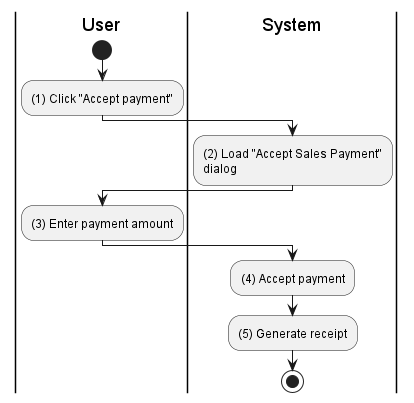
Above: activities/sales-order-accept-payment.png in phihungha/scmss-reqs (PlantUML), before the change.
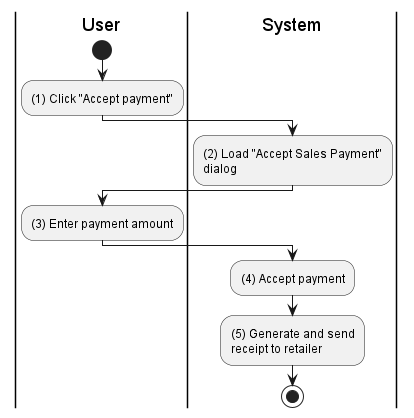
Later version of the same file.

The edit, as a diff of the source:
```diff
@@ -14,6 +14,6 @@
 
 |s|
 :(4) Accept payment;
-:(5) Generate receipt;
+:(5) Generate and send\nreceipt to retailer;
 stop
 @enduml
```
